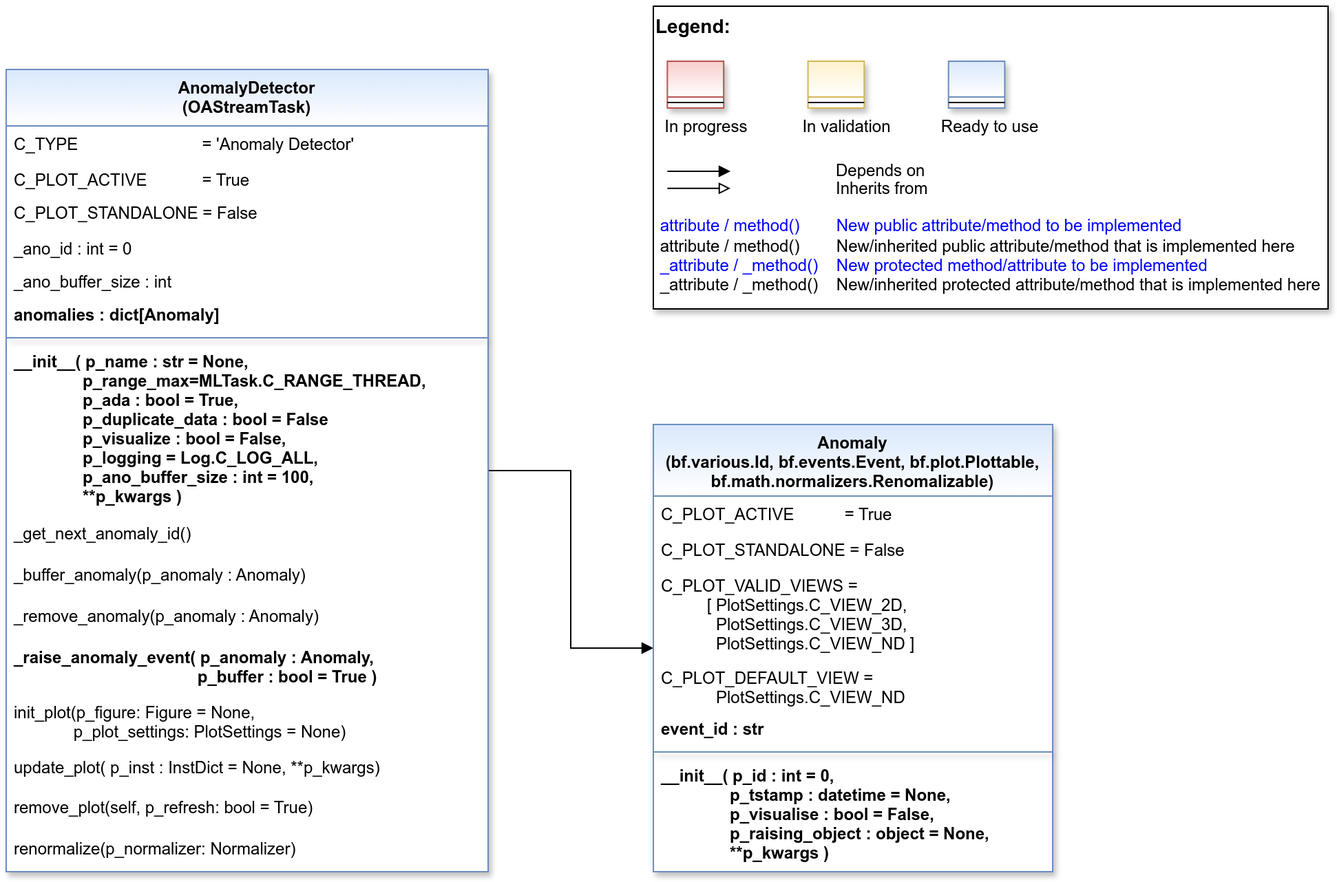
This is doc/rtd/content/99_appendices/appendix2/sub/mlpro_oa/streams/30_change_detection/10_anomaly_detection/images/MLPro-OA-Anomaly-Detectors_class_diagram.drawio.png from fhswf/MLPro, a draw.io export, as it was before one commit. Source tidied: cells renumbered, new cells last; positions are measured from the earlier drawing's top-left corner, leaving out a move shared by most shapes.
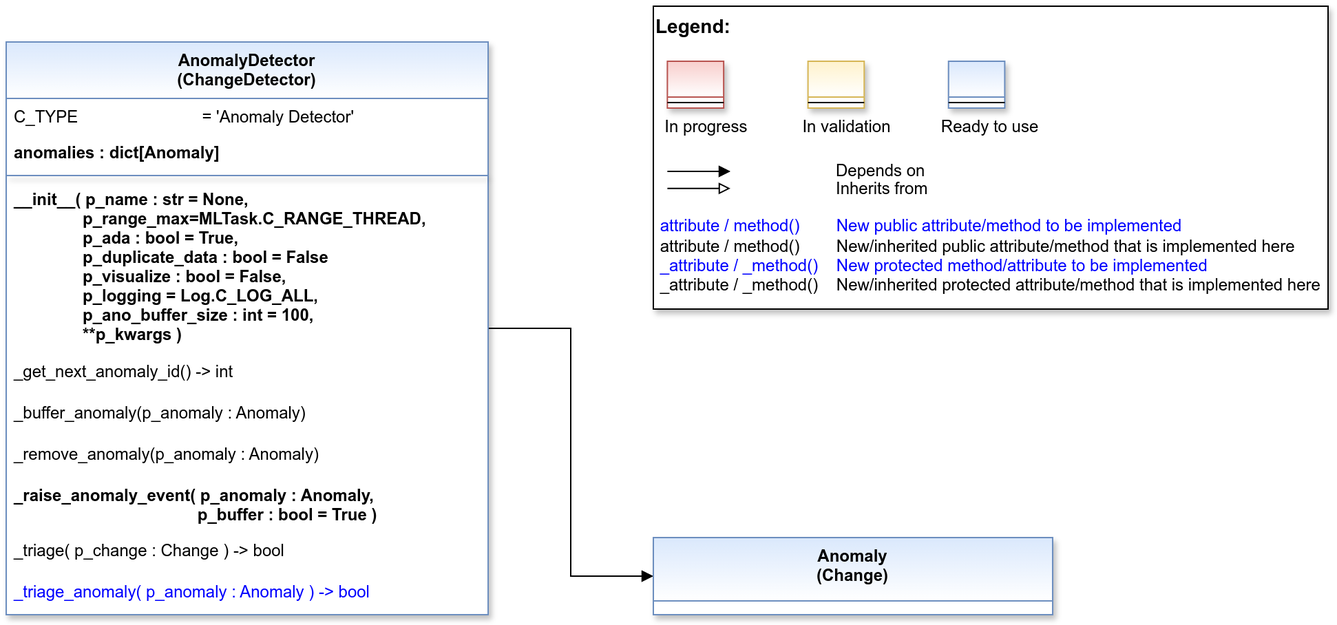
The same diagram one commit later.

Diff of the diagram source:
```diff
@@ -2,11 +2,11 @@
   <root>
-    <mxCell id="0" />
-    <mxCell id="1" parent="0" />
-    <mxCell id="2" style="group;" parent="1" vertex="1">
-      <mxGeometry x="470" width="490" height="220" as="geometry" />
-    </mxCell>
+    <mxCell id="38" />
+    <mxCell id="39" parent="38" />
+    <mxCell id="40" style="group;" parent="39" vertex="1">
+      <mxGeometry x="470" y="-60" width="490" height="220" as="geometry" />
+    </mxCell>
-    <mxCell id="3" value="&lt;font color=&quot;#000000&quot; size=&quot;1&quot;&gt;&lt;b style=&quot;font-size: 14px&quot;&gt;Legend:&lt;br&gt;&lt;/b&gt;&lt;/font&gt;&lt;br&gt;&lt;br&gt;&lt;br&gt;&lt;font color=&quot;#0000ff&quot; style=&quot;font-size: 6px&quot;&gt;&lt;br&gt;&lt;/font&gt;&lt;span style=&quot;color: rgb(0 , 0 , 0)&quot;&gt;&lt;font style=&quot;font-size: 4px&quot;&gt;&amp;nbsp; &amp;nbsp;&lt;/font&gt;&amp;nbsp;In progress&amp;nbsp; &amp;nbsp; &amp;nbsp; &amp;nbsp; &amp;nbsp; &amp;nbsp; In validation&amp;nbsp; &amp;nbsp; &amp;nbsp; &amp;nbsp; &amp;nbsp; &amp;nbsp;Ready to use&lt;/span&gt;&lt;font color=&quot;#000000&quot;&gt;&amp;nbsp;&lt;br&gt;&lt;/font&gt;&lt;font color=&quot;#0000ff&quot;&gt;&lt;br&gt;&lt;br&gt;&lt;br&gt;&lt;br&gt;&amp;nbsp;attribute / method()&amp;nbsp; &amp;nbsp; &amp;nbsp; &amp;nbsp; New public attribute/method to be implemented&lt;/font&gt;&lt;br&gt;&lt;font color=&quot;#000000&quot;&gt;&amp;nbsp;&lt;/font&gt;&lt;font color=&quot;#000000&quot;&gt;attribute / method()&lt;span&gt; &lt;/span&gt;&amp;nbsp; &amp;nbsp; &amp;nbsp; &amp;nbsp;New/inherited public attribute/method that is implemented here&lt;br&gt;&lt;/font&gt;&lt;font color=&quot;#0000ff&quot;&gt;&amp;nbsp;_attribute /&amp;nbsp;&lt;/font&gt;&lt;font color=&quot;#0000ff&quot;&gt;_method()&amp;nbsp; &amp;nbsp; New protected method/attribute to be implemented&lt;/font&gt;&lt;br&gt;&lt;font color=&quot;#000000&quot;&gt;&amp;nbsp;_attribute / _method()&amp;nbsp; &amp;nbsp; New/inherited protected attribute/method that is implemented here&lt;br&gt;&lt;/font&gt;&lt;font color=&quot;#000000&quot;&gt;&lt;br&gt;&lt;br&gt;&lt;br&gt;&lt;br&gt;&lt;br&gt;&lt;/font&gt;" style="text;html=1;align=left;verticalAlign=top;whiteSpace=wrap;rounded=0;fontColor=#006600;strokeColor=#000000;shadow=1;fillColor=#ffffff;" parent="2" vertex="1">
+    <mxCell id="3" value="&lt;font color=&quot;#000000&quot; size=&quot;1&quot;&gt;&lt;b style=&quot;font-size: 14px&quot;&gt;Legend:&lt;br&gt;&lt;/b&gt;&lt;/font&gt;&lt;br&gt;&lt;br&gt;&lt;br&gt;&lt;font color=&quot;#0000ff&quot; style=&quot;font-size: 6px&quot;&gt;&lt;br&gt;&lt;/font&gt;&lt;span style=&quot;color: rgb(0 , 0 , 0)&quot;&gt;&lt;font style=&quot;font-size: 4px&quot;&gt;&amp;nbsp; &amp;nbsp;&lt;/font&gt;&amp;nbsp;In progress&amp;nbsp; &amp;nbsp; &amp;nbsp; &amp;nbsp; &amp;nbsp; &amp;nbsp; In validation&amp;nbsp; &amp;nbsp; &amp;nbsp; &amp;nbsp; &amp;nbsp; &amp;nbsp;Ready to use&lt;/span&gt;&lt;font color=&quot;#000000&quot;&gt;&amp;nbsp;&lt;br&gt;&lt;/font&gt;&lt;font color=&quot;#0000ff&quot;&gt;&lt;br&gt;&lt;br&gt;&lt;br&gt;&lt;br&gt;&amp;nbsp;attribute / method()&amp;nbsp; &amp;nbsp; &amp;nbsp; &amp;nbsp; New public attribute/method to be implemented&lt;/font&gt;&lt;br&gt;&lt;font color=&quot;#000000&quot;&gt;&amp;nbsp;&lt;/font&gt;&lt;font color=&quot;#000000&quot;&gt;attribute / method()&lt;span&gt; &lt;/span&gt;&amp;nbsp; &amp;nbsp; &amp;nbsp; &amp;nbsp;New/inherited public attribute/method that is implemented here&lt;br&gt;&lt;/font&gt;&lt;font color=&quot;#0000ff&quot;&gt;&amp;nbsp;_attribute /&amp;nbsp;&lt;/font&gt;&lt;font color=&quot;#0000ff&quot;&gt;_method()&amp;nbsp; &amp;nbsp; New protected method/attribute to be implemented&lt;/font&gt;&lt;br&gt;&lt;font color=&quot;#000000&quot;&gt;&amp;nbsp;_attribute / _method()&amp;nbsp; &amp;nbsp; New/inherited protected attribute/method that is implemented here&lt;br&gt;&lt;/font&gt;&lt;font color=&quot;#000000&quot;&gt;&lt;br&gt;&lt;br&gt;&lt;br&gt;&lt;br&gt;&lt;br&gt;&lt;/font&gt;" style="text;html=1;align=left;verticalAlign=top;whiteSpace=wrap;rounded=0;fontColor=#006600;strokeColor=#000000;shadow=1;fillColor=#ffffff;" parent="40" vertex="1">
       <mxGeometry width="490" height="220" as="geometry" />
     </mxCell>
-    <mxCell id="4" value="Depends on" style="endArrow=block;html=1;labelPosition=right;verticalLabelPosition=middle;align=left;verticalAlign=middle;endFill=1;fontSize=12;" parent="2" edge="1">
+    <mxCell id="4" value="Depends on" style="endArrow=block;html=1;labelPosition=right;verticalLabelPosition=middle;align=left;verticalAlign=middle;endFill=1;fontSize=12;" parent="40" edge="1">
       <mxGeometry x="-1623.1" y="-2180" as="geometry">
@@ -20,3 +20,3 @@
     </mxCell>
-    <mxCell id="5" value="Inherits from" style="endArrow=block;html=1;labelPosition=right;verticalLabelPosition=middle;align=left;verticalAlign=middle;endFill=0;fontSize=12;" parent="2" edge="1">
+    <mxCell id="5" value="Inherits from" style="endArrow=block;html=1;labelPosition=right;verticalLabelPosition=middle;align=left;verticalAlign=middle;endFill=0;fontSize=12;" parent="40" edge="1">
       <mxGeometry x="-1623.1" y="-2180" as="geometry">
@@ -27,98 +27,59 @@
     </mxCell>
-    <mxCell id="6" style="swimlane;fontStyle=3;align=center;verticalAlign=top;horizontal=1;startSize=26;rounded=0;shadow=1;strokeWidth=1;fillColor=#f8cecc;strokeColor=#b85450;gradientColor=#ffffff;swimlaneFillColor=#ffffff;" parent="2" vertex="1">
+    <mxCell id="6" style="swimlane;fontStyle=3;align=center;verticalAlign=top;horizontal=1;startSize=26;rounded=0;shadow=1;strokeWidth=1;fillColor=#f8cecc;strokeColor=#b85450;gradientColor=#ffffff;swimlaneFillColor=#ffffff;" parent="40" vertex="1">
       <mxGeometry x="10.2" y="40" width="40.8" height="34" as="geometry" />
     </mxCell>
-    <mxCell id="7" style="line;html=1;strokeWidth=1;align=left;verticalAlign=middle;spacingTop=-1;spacingLeft=3;spacingRight=3;labelPosition=right;" parent="6" vertex="1">
-      <mxGeometry y="26" width="40.8" height="8" as="geometry" />
-    </mxCell>
+    <mxCell id="41" style="line;html=1;strokeWidth=1;align=left;verticalAlign=middle;spacingTop=-1;spacingLeft=3;spacingRight=3;labelPosition=right;" parent="6" vertex="1">
+      <mxGeometry y="26" width="40.8" height="8" as="geometry" />
+    </mxCell>
-    <mxCell id="8" style="swimlane;fontStyle=3;align=center;verticalAlign=top;horizontal=1;startSize=26;rounded=0;shadow=1;strokeWidth=1;fillColor=#fff2cc;strokeColor=#d6b656;gradientColor=#ffffff;swimlaneFillColor=#ffffff;" parent="2" vertex="1">
+    <mxCell id="8" style="swimlane;fontStyle=3;align=center;verticalAlign=top;horizontal=1;startSize=26;rounded=0;shadow=1;strokeWidth=1;fillColor=#fff2cc;strokeColor=#d6b656;gradientColor=#ffffff;swimlaneFillColor=#ffffff;" parent="40" vertex="1">
       <mxGeometry x="112.3" y="40" width="40.8" height="34" as="geometry" />
     </mxCell>
-    <mxCell id="9" style="line;html=1;strokeWidth=1;align=left;verticalAlign=middle;spacingTop=-1;spacingLeft=3;spacingRight=3;labelPosition=right;" parent="8" vertex="1">
-      <mxGeometry y="26" width="40.8" height="8" as="geometry" />
-    </mxCell>
+    <mxCell id="42" style="line;html=1;strokeWidth=1;align=left;verticalAlign=middle;spacingTop=-1;spacingLeft=3;spacingRight=3;labelPosition=right;" parent="8" vertex="1">
+      <mxGeometry y="26" width="40.8" height="8" as="geometry" />
+    </mxCell>
-    <mxCell id="10" style="swimlane;fontStyle=3;align=center;verticalAlign=top;horizontal=1;startSize=26;rounded=0;shadow=1;strokeWidth=1;fillColor=#dae8fc;strokeColor=#6c8ebf;gradientColor=#ffffff;swimlaneFillColor=#ffffff;" parent="2" vertex="1">
+    <mxCell id="10" style="swimlane;fontStyle=3;align=center;verticalAlign=top;horizontal=1;startSize=26;rounded=0;shadow=1;strokeWidth=1;fillColor=#dae8fc;strokeColor=#6c8ebf;gradientColor=#ffffff;swimlaneFillColor=#ffffff;" parent="40" vertex="1">
       <mxGeometry x="214.4" y="40" width="40.8" height="34" as="geometry" />
     </mxCell>
-    <mxCell id="11" style="line;html=1;strokeWidth=1;align=left;verticalAlign=middle;spacingTop=-1;spacingLeft=3;spacingRight=3;labelPosition=right;" parent="10" vertex="1">
-      <mxGeometry y="26" width="40.8" height="8" as="geometry" />
-    </mxCell>
-    <mxCell id="12" style="edgeStyle=orthogonalEdgeStyle;rounded=0;jettySize=auto;html=1;endArrow=block;endFill=1;" parent="1" edge="1" source="13" target="30">
-      <mxGeometry relative="1" as="geometry" />
-    </mxCell>
-    <mxCell id="13" value="AnomalyDetector&#10;(OAStreamTask)" style="swimlane;align=center;verticalAlign=top;horizontal=1;startSize=41;rounded=0;shadow=1;strokeWidth=1;fillColor=#dae8fc;strokeColor=#6c8ebf;swimlaneFillColor=#ffffff;gradientColor=#FFFFFF;" parent="1" vertex="1">
-      <mxGeometry y="46" width="350" height="583" as="geometry" />
-    </mxCell>
+    <mxCell id="43" style="line;html=1;strokeWidth=1;align=left;verticalAlign=middle;spacingTop=-1;spacingLeft=3;spacingRight=3;labelPosition=right;" parent="10" vertex="1">
+      <mxGeometry y="26" width="40.8" height="8" as="geometry" />
+    </mxCell>
+    <mxCell id="44" style="edgeStyle=orthogonalEdgeStyle;rounded=0;jettySize=auto;html=1;endArrow=block;endFill=1;" parent="39" edge="1" source="45" target="50">
+      <mxGeometry relative="1" as="geometry" />
+    </mxCell>
+    <mxCell id="45" value="AnomalyDetector&#10;(ChangeDetector)" style="swimlane;align=center;verticalAlign=top;horizontal=1;startSize=41;rounded=0;shadow=1;strokeWidth=1;fillColor=#dae8fc;strokeColor=#6c8ebf;swimlaneFillColor=#ffffff;gradientColor=#FFFFFF;" parent="39" vertex="1">
+      <mxGeometry y="-34" width="350" height="416" as="geometry" />
+    </mxCell>
-    <mxCell id="14" value="C_TYPE                           = 'Anomaly Detector'" style="text;align=left;verticalAlign=top;spacingLeft=4;spacingRight=4;overflow=hidden;fontStyle=0;fontColor=default;" parent="13" vertex="1">
+    <mxCell id="14" value="C_TYPE                           = 'Anomaly Detector'" style="text;align=left;verticalAlign=top;spacingLeft=4;spacingRight=4;overflow=hidden;fontStyle=0;fontColor=default;" parent="45" vertex="1">
       <mxGeometry y="41" width="350" height="26" as="geometry" />
     </mxCell>
-    <mxCell id="15" value="C_PLOT_ACTIVE&amp;nbsp; &amp;nbsp; &amp;nbsp; &amp;nbsp; &amp;nbsp;&lt;span style=&quot;white-space: pre;&quot;&gt;&#9;&lt;/span&gt;&amp;nbsp;= True" style="text;align=left;verticalAlign=top;spacingLeft=4;spacingRight=4;overflow=hidden;html=1;" parent="13" vertex="1">
-      <mxGeometry y="67" width="350" height="24" as="geometry" />
-    </mxCell>
-    <mxCell id="16" value="C_PLOT_STANDALONE = False" style="text;align=left;verticalAlign=top;spacingLeft=4;spacingRight=4;overflow=hidden;" parent="13" vertex="1">
-      <mxGeometry y="91" width="350" height="26" as="geometry" />
-    </mxCell>
-    <mxCell id="17" value="_ano_id : int = 0" style="text;align=left;verticalAlign=top;spacingLeft=4;spacingRight=4;overflow=hidden;" parent="13" vertex="1">
-      <mxGeometry y="117" width="350" height="24" as="geometry" />
-    </mxCell>
-    <mxCell id="18" value="_ano_buffer_size : int" style="text;align=left;verticalAlign=top;spacingLeft=4;spacingRight=4;overflow=hidden;" parent="13" vertex="1">
-      <mxGeometry y="141" width="350" height="24" as="geometry" />
-    </mxCell>
-    <mxCell id="19" value="anomalies : dict[Anomaly]" style="text;align=left;verticalAlign=top;spacingLeft=4;spacingRight=4;overflow=hidden;fontStyle=1;" parent="13" vertex="1">
-      <mxGeometry y="165" width="350" height="26" as="geometry" />
+    <mxCell id="19" value="anomalies : dict[Anomaly]" style="text;align=left;verticalAlign=top;spacingLeft=4;spacingRight=4;overflow=hidden;fontStyle=1;" parent="45" vertex="1">
+      <mxGeometry y="67" width="350" height="26" as="geometry" />
     </mxCell>
-    <mxCell id="20" style="line;html=1;strokeWidth=1;align=center;verticalAlign=top;spacingTop=-1;spacingLeft=3;spacingRight=3;labelPosition=right;rounded=0;shadow=1;strokeColor=#6c8ebf;swimlaneFillColor=#ffffff;fontFamily=Helvetica;fontSize=12;fontColor=default;fontStyle=3;fillColor=#dae8fc;gradientColor=#ffffff;" parent="13" vertex="1">
-      <mxGeometry y="191" width="350" height="8" as="geometry" />
-    </mxCell>
+    <mxCell id="46" style="line;html=1;strokeWidth=1;align=center;verticalAlign=top;spacingTop=-1;spacingLeft=3;spacingRight=3;labelPosition=right;rounded=0;shadow=1;strokeColor=#6c8ebf;swimlaneFillColor=#ffffff;fontFamily=Helvetica;fontSize=12;fontColor=default;fontStyle=3;fillColor=#dae8fc;gradientColor=#ffffff;" parent="45" vertex="1">
+      <mxGeometry y="93" width="350" height="8" as="geometry" />
+    </mxCell>
-    <mxCell id="21" value="__init__( p_name : str = None,&#10;               p_range_max=MLTask.C_RANGE_THREAD,&#10;               p_ada : bool = True,&#10;               p_duplicate_data : bool = False&#10;               p_visualize : bool = False,&#10;               p_logging = Log.C_LOG_ALL,&#10;               p_ano_buffer_size : int = 100,&#10;               **p_kwargs )" style="text;align=left;verticalAlign=top;spacingLeft=4;spacingRight=4;overflow=hidden;fontStyle=1;" parent="13" vertex="1">
-      <mxGeometry y="199" width="350" height="125" as="geometry" />
+    <mxCell id="21" value="__init__( p_name : str = None,&#10;               p_range_max=MLTask.C_RANGE_THREAD,&#10;               p_ada : bool = True,&#10;               p_duplicate_data : bool = False&#10;               p_visualize : bool = False,&#10;               p_logging = Log.C_LOG_ALL,&#10;               p_ano_buffer_size : int = 100,&#10;               **p_kwargs )" style="text;align=left;verticalAlign=top;spacingLeft=4;spacingRight=4;overflow=hidden;fontStyle=1;" parent="45" vertex="1">
+      <mxGeometry y="101" width="350" height="125" as="geometry" />
     </mxCell>
-    <mxCell id="22" value="_get_next_anomaly_id()" style="text;align=left;verticalAlign=top;spacingLeft=4;spacingRight=4;overflow=hidden;shadow=1;" parent="13" vertex="1">
-      <mxGeometry y="324" width="350" height="30" as="geometry" />
-    </mxCell>
+    <mxCell id="47" value="_get_next_anomaly_id() -&gt; int" style="text;align=left;verticalAlign=top;spacingLeft=4;spacingRight=4;overflow=hidden;shadow=1;" parent="45" vertex="1">
+      <mxGeometry y="226" width="350" height="30" as="geometry" />
+    </mxCell>
-    <mxCell id="23" value="_buffer_anomaly(p_anomaly : Anomaly)" style="text;align=left;verticalAlign=top;spacingLeft=4;spacingRight=4;overflow=hidden;shadow=1;" parent="13" vertex="1">
-      <mxGeometry y="354" width="350" height="30" as="geometry" />
+    <mxCell id="23" value="_buffer_anomaly(p_anomaly : Anomaly)" style="text;align=left;verticalAlign=top;spacingLeft=4;spacingRight=4;overflow=hidden;shadow=1;" parent="45" vertex="1">
+      <mxGeometry y="256" width="350" height="30" as="geometry" />
     </mxCell>
-    <mxCell id="24" value="_remove_anomaly(p_anomaly : Anomaly)" style="text;align=left;verticalAlign=top;spacingLeft=4;spacingRight=4;overflow=hidden;shadow=1;" parent="13" vertex="1">
-      <mxGeometry y="384" width="350" height="30" as="geometry" />
+    <mxCell id="24" value="_remove_anomaly(p_anomaly : Anomaly)" style="text;align=left;verticalAlign=top;spacingLeft=4;spacingRight=4;overflow=hidden;shadow=1;" parent="45" vertex="1">
+      <mxGeometry y="286" width="350" height="30" as="geometry" />
     </mxCell>
-    <mxCell id="25" value="_raise_anomaly_event( p_anomaly : Anomaly, &#10;                                        p_buffer : bool = True )" style="text;align=left;verticalAlign=top;spacingLeft=4;spacingRight=4;overflow=hidden;shadow=1;fontStyle=1;" parent="13" vertex="1">
-      <mxGeometry y="414" width="350" height="40" as="geometry" />
+    <mxCell id="25" value="_raise_anomaly_event( p_anomaly : Anomaly, &#10;                                        p_buffer : bool = True )" style="text;align=left;verticalAlign=top;spacingLeft=4;spacingRight=4;overflow=hidden;shadow=1;fontStyle=1;" parent="45" vertex="1">
+      <mxGeometry y="316" width="350" height="40" as="geometry" />
     </mxCell>
-    <mxCell id="26" value="init_plot(p_figure: Figure = None,&#10;             p_plot_settings: PlotSettings = None)" style="text;align=left;verticalAlign=top;spacingLeft=4;spacingRight=4;overflow=hidden;shadow=1;fontStyle=0;" parent="13" vertex="1">
-      <mxGeometry y="454" width="350" height="40" as="geometry" />
-    </mxCell>
-    <mxCell id="27" value="update_plot( p_inst : InstDict = None, **p_kwargs)" style="text;align=left;verticalAlign=top;spacingLeft=4;spacingRight=4;overflow=hidden;shadow=1;fontStyle=0;" parent="13" vertex="1">
-      <mxGeometry y="494" width="350" height="29" as="geometry" />
-    </mxCell>
-    <mxCell id="28" value="remove_plot(self, p_refresh: bool = True)" style="text;align=left;verticalAlign=top;spacingLeft=4;spacingRight=4;overflow=hidden;shadow=1;fontStyle=0;" parent="13" vertex="1">
-      <mxGeometry y="523" width="350" height="30" as="geometry" />
-    </mxCell>
-    <mxCell id="29" value="renormalize(p_normalizer: Normalizer) " style="text;align=left;verticalAlign=top;spacingLeft=4;spacingRight=4;overflow=hidden;shadow=1;fontStyle=0;" parent="13" vertex="1">
-      <mxGeometry y="553" width="350" height="30" as="geometry" />
-    </mxCell>
-    <mxCell id="30" value="Anomaly &#10;(bf.various.Id, bf.events.Event, bf.plot.Plottable,&#10;bf.math.normalizers.Renomalizable)" style="swimlane;fontStyle=1;align=center;verticalAlign=top;horizontal=1;startSize=52;rounded=0;shadow=1;strokeWidth=1;fillColor=#dae8fc;strokeColor=#6c8ebf;swimlaneFillColor=#ffffff;fontFamily=Helvetica;fontSize=12;gradientColor=#FFFFFF;" parent="1" vertex="1">
-      <mxGeometry x="470" y="304" width="290" height="325" as="geometry" />
-    </mxCell>
-    <mxCell id="31" value="C_PLOT_ACTIVE           = True" style="text;align=left;verticalAlign=top;spacingLeft=4;spacingRight=4;overflow=hidden;" parent="30" vertex="1">
-      <mxGeometry y="52" width="290" height="26" as="geometry" />
-    </mxCell>
-    <mxCell id="32" value="C_PLOT_STANDALONE = False" style="text;align=left;verticalAlign=top;spacingLeft=4;spacingRight=4;overflow=hidden;" parent="30" vertex="1">
-      <mxGeometry y="78" width="290" height="26" as="geometry" />
-    </mxCell>
-    <mxCell id="33" value="C_PLOT_VALID_VIEWS = &#10;          [ PlotSettings.C_VIEW_2D, &#10;            PlotSettings.C_VIEW_3D, &#10;            PlotSettings.C_VIEW_ND ]" style="text;align=left;verticalAlign=top;spacingLeft=4;spacingRight=4;overflow=hidden;" parent="30" vertex="1">
-      <mxGeometry y="104" width="290" height="67" as="geometry" />
-    </mxCell>
-    <mxCell id="34" value="C_PLOT_DEFAULT_VIEW = &#10;            PlotSettings.C_VIEW_ND" style="text;align=left;verticalAlign=top;spacingLeft=4;spacingRight=4;overflow=hidden;" parent="30" vertex="1">
-      <mxGeometry y="171" width="290" height="37" as="geometry" />
-    </mxCell>
-    <mxCell id="35" value="event_id : str" style="text;align=left;verticalAlign=top;spacingLeft=4;spacingRight=4;overflow=hidden;fontStyle=1;" parent="30" vertex="1">
-      <mxGeometry y="208" width="290" height="26" as="geometry" />
-    </mxCell>
-    <mxCell id="36" style="line;html=1;strokeWidth=1;align=center;verticalAlign=top;spacingTop=-1;spacingLeft=3;spacingRight=3;labelPosition=right;rounded=0;shadow=1;strokeColor=#6c8ebf;swimlaneFillColor=#ffffff;fontFamily=Helvetica;fontSize=12;fontColor=default;fontStyle=1;fillColor=#dae8fc;gradientColor=#ffffff;" parent="30" vertex="1">
-      <mxGeometry y="234" width="290" height="8" as="geometry" />
-    </mxCell>
-    <mxCell id="37" value="__init__( p_id : int = 0,&#10;               p_tstamp : datetime = None,&#10;               p_visualise : bool = False,&#10;               p_raising_object : object = None,&#10;               **p_kwargs )" style="text;align=left;verticalAlign=top;spacingLeft=4;spacingRight=4;overflow=hidden;fontStyle=1;" parent="30" vertex="1">
-      <mxGeometry y="242" width="290" height="82" as="geometry" />
-    </mxCell>
+    <mxCell id="48" value="_triage( p_change : Change ) -&gt; bool" style="text;align=left;verticalAlign=top;spacingLeft=4;spacingRight=4;overflow=hidden;shadow=1;" parent="45" vertex="1">
+      <mxGeometry y="356" width="350" height="30" as="geometry" />
+    </mxCell>
+    <mxCell id="49" value="_triage_anomaly( p_anomaly : Anomaly ) -&gt; bool" style="text;align=left;verticalAlign=top;spacingLeft=4;spacingRight=4;overflow=hidden;shadow=1;fontColor=#0000FF;" parent="45" vertex="1">
+      <mxGeometry y="386" width="350" height="30" as="geometry" />
+    </mxCell>
+    <mxCell id="50" value="Anomaly &#10;(Change)" style="swimlane;fontStyle=1;align=center;verticalAlign=top;horizontal=1;startSize=46;rounded=0;shadow=1;strokeWidth=1;fillColor=#dae8fc;strokeColor=#6c8ebf;swimlaneFillColor=#ffffff;fontFamily=Helvetica;fontSize=12;gradientColor=#FFFFFF;" parent="39" vertex="1">
+      <mxGeometry x="470" y="326" width="290" height="56" as="geometry" />
+    </mxCell>
   </root>
```
